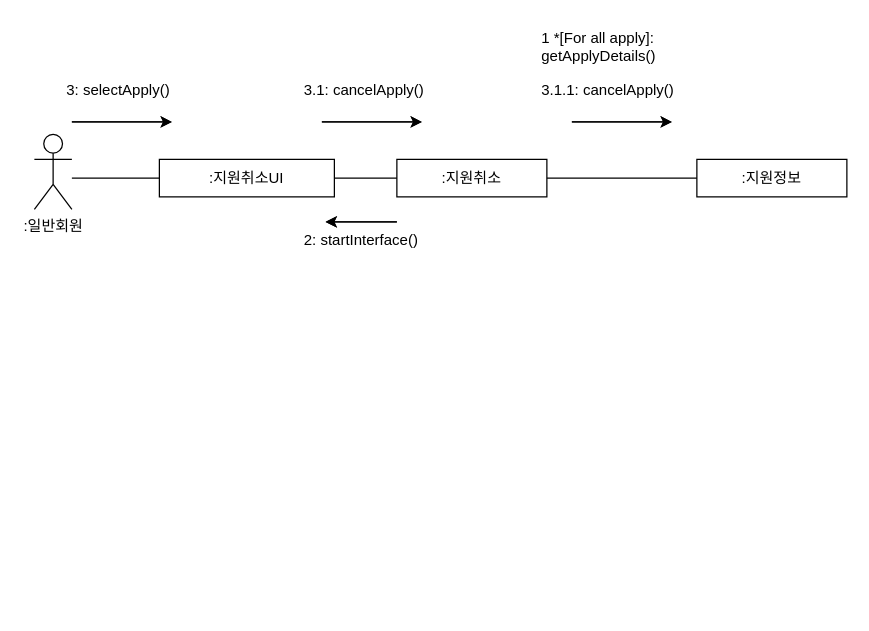
Before: 지원취소.drawio in Tvivid/Recruitment, a draw.io diagram. Source tidied: cells renumbered, new cells numbered last; positions are measured from the earlier drawing's top-left corner, leaving out a move shared by most shapes. Both pictures are drawn from the tidied source at 125%, with x=0, y=0 at pixel (34, 21).
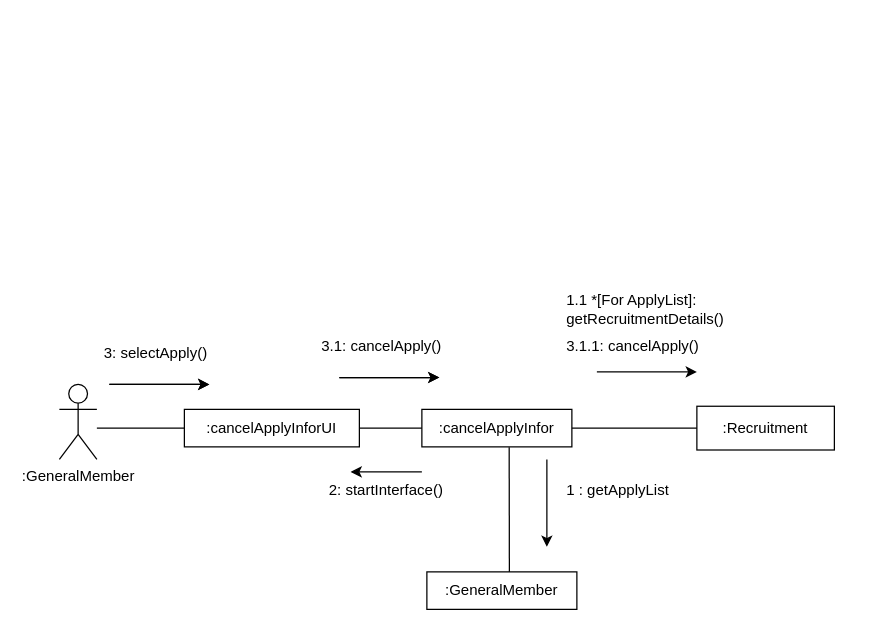
Above is the later version.

Diff of the diagram source:
```diff
@@
-    <mxCell id="2" value=":일반회원" style="shape=umlActor;verticalLabelPosition=bottom;verticalAlign=top;html=1;" parent="1" vertex="1">
-      <mxGeometry y="90" width="30" height="60" as="geometry" />
-    </mxCell>
-    <mxCell id="3" value=":지원취소UI" style="rounded=0;whiteSpace=wrap;html=1;" parent="1" vertex="1">
-      <mxGeometry x="100" y="110" width="140" height="30" as="geometry" />
-    </mxCell>
-    <mxCell id="4" value=":지원취소" style="rounded=0;whiteSpace=wrap;html=1;" parent="1" vertex="1">
-      <mxGeometry x="290" y="110" width="120" height="30" as="geometry" />
-    </mxCell>
-    <mxCell id="5" style="endArrow=none;html=1;rounded=0;entryX=0;entryY=0.5;entryDx=0;entryDy=0;" parent="1" edge="1" target="3">
-      <mxGeometry relative="1" as="geometry">
-        <mxPoint x="30" y="125" as="sourcePoint" />
-      </mxGeometry>
-    </mxCell>
-    <mxCell id="6" style="endArrow=none;html=1;rounded=0;entryX=0;entryY=0.5;entryDx=0;entryDy=0;exitX=1;exitY=0.5;exitDx=0;exitDy=0;" parent="1" edge="1" source="3" target="4">
-      <mxGeometry relative="1" as="geometry" />
-    </mxCell>
-    <mxCell id="7" style="endArrow=classic;rounded=0;html=1;verticalAlign=top;" parent="1" edge="1">
-      <mxGeometry relative="1" as="geometry">
-        <mxPoint x="290" y="160" as="sourcePoint" />
-        <mxPoint x="233" y="160" as="targetPoint" />
-      </mxGeometry>
-    </mxCell>
+    <mxCell id="13" value="3: selectApply()" style="text;strokeColor=none;fillColor=none;align=left;verticalAlign=middle;spacingLeft=4;spacingRight=4;overflow=hidden;whiteSpace=wrap;html=1;" parent="1" vertex="1">
+      <mxGeometry x="50" y="250" width="100" height="30" as="geometry" />
+    </mxCell>
+    <mxCell id="22" style="endArrow=classic;html=1;rounded=0;" parent="1" edge="1">
+      <mxGeometry relative="1" as="geometry">
+        <mxPoint x="60" y="290" as="sourcePoint" />
+        <mxPoint x="140" y="290" as="targetPoint" />
+      </mxGeometry>
+    </mxCell>
+    <mxCell id="15" value="3.1: cancelApply()" style="text;strokeColor=none;fillColor=none;align=left;verticalAlign=middle;spacingLeft=4;spacingRight=4;overflow=hidden;whiteSpace=wrap;html=1;" parent="1" vertex="1">
+      <mxGeometry x="224" y="244.5" width="140" height="30" as="geometry" />
+    </mxCell>
+    <mxCell id="23" style="endArrow=classic;html=1;rounded=0;" parent="1" edge="1">
+      <mxGeometry relative="1" as="geometry">
+        <mxPoint x="244" y="284.5" as="sourcePoint" />
+        <mxPoint x="324" y="284.5" as="targetPoint" />
+      </mxGeometry>
+    </mxCell>
+    <mxCell id="17" value="3.1.1: cancelApply()" style="text;strokeColor=none;fillColor=none;align=left;verticalAlign=middle;spacingLeft=4;spacingRight=4;overflow=hidden;whiteSpace=wrap;html=1;" parent="1" vertex="1">
+      <mxGeometry x="420" y="244.5" width="140" height="30" as="geometry" />
+    </mxCell>
+    <mxCell id="24" style="endArrow=classic;html=1;rounded=0;" parent="1" edge="1">
+      <mxGeometry relative="1" as="geometry">
+        <mxPoint x="60" y="290" as="sourcePoint" />
+        <mxPoint x="140" y="290" as="targetPoint" />
+      </mxGeometry>
+    </mxCell>
+    <mxCell id="25" style="endArrow=classic;html=1;rounded=0;" parent="1" edge="1">
+      <mxGeometry relative="1" as="geometry">
+        <mxPoint x="244" y="284.5" as="sourcePoint" />
+        <mxPoint x="324" y="284.5" as="targetPoint" />
+      </mxGeometry>
+    </mxCell>
+    <mxCell id="26" value=":GeneralMember" style="shape=umlActor;verticalLabelPosition=bottom;verticalAlign=top;html=1;" parent="1" vertex="1">
+      <mxGeometry x="20" y="290" width="30" height="60" as="geometry" />
+    </mxCell>
+    <mxCell id="27" value=":cancelApplyInforUI" style="rounded=0;whiteSpace=wrap;html=1;" parent="1" vertex="1">
+      <mxGeometry x="120" y="310" width="140" height="30" as="geometry" />
+    </mxCell>
+    <mxCell id="28" value=":cancelApplyInfor" style="rounded=0;whiteSpace=wrap;html=1;" parent="1" vertex="1">
+      <mxGeometry x="310" y="310" width="120" height="30" as="geometry" />
+    </mxCell>
+    <mxCell id="29" style="endArrow=none;html=1;rounded=0;entryX=0;entryY=0.5;entryDx=0;entryDy=0;" parent="1" edge="1" target="27">
+      <mxGeometry relative="1" as="geometry">
+        <mxPoint x="50" y="325" as="sourcePoint" />
+      </mxGeometry>
+    </mxCell>
+    <mxCell id="30" style="endArrow=none;html=1;rounded=0;entryX=0;entryY=0.5;entryDx=0;entryDy=0;exitX=1;exitY=0.5;exitDx=0;exitDy=0;" parent="1" edge="1" source="27" target="28">
+      <mxGeometry relative="1" as="geometry" />
+    </mxCell>
+    <mxCell id="31" style="endArrow=classic;rounded=0;html=1;verticalAlign=top;" parent="1" edge="1">
+      <mxGeometry relative="1" as="geometry">
+        <mxPoint x="310" y="360" as="sourcePoint" />
+        <mxPoint x="253" y="360" as="targetPoint" />
+      </mxGeometry>
+    </mxCell>
     <mxCell id="8" value="2: startInterface()" style="text;strokeColor=none;fillColor=none;align=left;verticalAlign=middle;spacingLeft=4;spacingRight=4;overflow=hidden;whiteSpace=wrap;html=1;" parent="1" vertex="1">
-      <mxGeometry x="210" y="160" width="110" height="30" as="geometry" />
+      <mxGeometry x="230" y="360" width="110" height="30" as="geometry" />
     </mxCell>
-    <mxCell id="9" value=":지원정보" style="rounded=0;whiteSpace=wrap;html=1;" parent="1" vertex="1">
-      <mxGeometry x="530" y="110" width="120" height="30" as="geometry" />
-    </mxCell>
-    <mxCell id="10" value="1 *[For all apply]: getApplyDetails()" style="text;strokeColor=none;fillColor=none;align=left;verticalAlign=middle;spacingLeft=4;spacingRight=4;overflow=hidden;whiteSpace=wrap;html=1;" parent="1" vertex="1">
-      <mxGeometry x="400" width="170" height="40" as="geometry" />
-    </mxCell>
-    <mxCell id="11" style="endArrow=none;html=1;rounded=0;entryX=0;entryY=0.5;entryDx=0;entryDy=0;exitX=1;exitY=0.5;exitDx=0;exitDy=0;" parent="1" edge="1" source="4" target="9">
-      <mxGeometry relative="1" as="geometry" />
-    </mxCell>
-    <mxCell id="12" style="endArrow=classic;html=1;rounded=0;" parent="1" edge="1">
-      <mxGeometry relative="1" as="geometry">
-        <mxPoint x="430" y="80" as="sourcePoint" />
-        <mxPoint x="510" y="80" as="targetPoint" />
-      </mxGeometry>
-    </mxCell>
-    <mxCell id="13" value="3: selectApply()" style="text;strokeColor=none;fillColor=none;align=left;verticalAlign=middle;spacingLeft=4;spacingRight=4;overflow=hidden;whiteSpace=wrap;html=1;" parent="1" vertex="1">
-      <mxGeometry x="20" y="40" width="100" height="30" as="geometry" />
-    </mxCell>
-    <mxCell id="14" style="endArrow=classic;html=1;rounded=0;" parent="1" edge="1">
-      <mxGeometry relative="1" as="geometry">
-        <mxPoint x="30" y="80" as="sourcePoint" />
-        <mxPoint x="110" y="80" as="targetPoint" />
-      </mxGeometry>
-    </mxCell>
-    <mxCell id="15" value="3.1: cancelApply()" style="text;strokeColor=none;fillColor=none;align=left;verticalAlign=middle;spacingLeft=4;spacingRight=4;overflow=hidden;whiteSpace=wrap;html=1;" parent="1" vertex="1">
-      <mxGeometry x="210" y="40" width="140" height="30" as="geometry" />
-    </mxCell>
-    <mxCell id="16" style="endArrow=classic;html=1;rounded=0;" parent="1" edge="1">
-      <mxGeometry relative="1" as="geometry">
-        <mxPoint x="230" y="80" as="sourcePoint" />
-        <mxPoint x="310" y="80" as="targetPoint" />
-      </mxGeometry>
-    </mxCell>
-    <mxCell id="17" value="3.1.1: cancelApply()" style="text;strokeColor=none;fillColor=none;align=left;verticalAlign=middle;spacingLeft=4;spacingRight=4;overflow=hidden;whiteSpace=wrap;html=1;" parent="1" vertex="1">
-      <mxGeometry x="400" y="40" width="140" height="30" as="geometry" />
-    </mxCell>
-    <mxCell id="18" style="endArrow=classic;rounded=0;html=1;verticalAlign=top;" parent="1" edge="1">
-      <mxGeometry relative="1" as="geometry">
-        <mxPoint x="290" y="160" as="sourcePoint" />
-        <mxPoint x="233" y="160" as="targetPoint" />
-      </mxGeometry>
-    </mxCell>
-    <mxCell id="19" style="endArrow=classic;html=1;rounded=0;" parent="1" edge="1">
-      <mxGeometry relative="1" as="geometry">
-        <mxPoint x="430" y="80" as="sourcePoint" />
-        <mxPoint x="510" y="80" as="targetPoint" />
-      </mxGeometry>
-    </mxCell>
-    <mxCell id="20" style="endArrow=classic;html=1;rounded=0;" parent="1" edge="1">
-      <mxGeometry relative="1" as="geometry">
-        <mxPoint x="30" y="80" as="sourcePoint" />
-        <mxPoint x="110" y="80" as="targetPoint" />
-      </mxGeometry>
-    </mxCell>
-    <mxCell id="21" style="endArrow=classic;html=1;rounded=0;" parent="1" edge="1">
-      <mxGeometry relative="1" as="geometry">
-        <mxPoint x="230" y="80" as="sourcePoint" />
-        <mxPoint x="310" y="80" as="targetPoint" />
-      </mxGeometry>
-    </mxCell>
+    <mxCell id="32" value=":GeneralMember" style="rounded=0;whiteSpace=wrap;html=1;" parent="1" vertex="1">
+      <mxGeometry x="314" y="440" width="120" height="30" as="geometry" />
+    </mxCell>
+    <mxCell id="33" value="1.1 *[For ApplyList]: getRecruitmentDetails()" style="text;strokeColor=none;fillColor=none;align=left;verticalAlign=middle;spacingLeft=4;spacingRight=4;overflow=hidden;whiteSpace=wrap;html=1;" parent="1" vertex="1">
+      <mxGeometry x="420" y="210" width="170" height="40" as="geometry" />
+    </mxCell>
+    <mxCell id="34" style="endArrow=none;html=1;rounded=0;exitX=0.582;exitY=1.007;exitDx=0;exitDy=0;exitPerimeter=0;" parent="1" edge="1" source="28">
+      <mxGeometry relative="1" as="geometry">
+        <mxPoint x="380" y="440" as="targetPoint" />
+      </mxGeometry>
+    </mxCell>
+    <mxCell id="35" style="endArrow=classic;html=1;rounded=0;" parent="1" edge="1">
+      <mxGeometry relative="1" as="geometry">
+        <mxPoint x="450" y="280" as="sourcePoint" />
+        <mxPoint x="530" y="280" as="targetPoint" />
+      </mxGeometry>
+    </mxCell>
+    <mxCell id="36" style="endArrow=classic;html=1;rounded=0;" parent="1" edge="1">
+      <mxGeometry relative="1" as="geometry">
+        <mxPoint x="410" y="350" as="sourcePoint" />
+        <mxPoint x="410" y="420" as="targetPoint" />
+      </mxGeometry>
+    </mxCell>
+    <mxCell id="37" value="1 : getApplyList" style="text;strokeColor=none;fillColor=none;align=left;verticalAlign=middle;spacingLeft=4;spacingRight=4;overflow=hidden;whiteSpace=wrap;html=1;" parent="1" vertex="1">
+      <mxGeometry x="420" y="360" width="100" height="30" as="geometry" />
+    </mxCell>
+    <mxCell id="38" value=":Recruitment" style="rounded=0;whiteSpace=wrap;html=1;" parent="1" vertex="1">
+      <mxGeometry x="530" y="307.5" width="110" height="35" as="geometry" />
+    </mxCell>
+    <mxCell id="39" style="endArrow=none;html=1;rounded=0;entryX=0;entryY=0.5;entryDx=0;entryDy=0;exitX=1;exitY=0.5;exitDx=0;exitDy=0;" parent="1" edge="1" source="28" target="38">
+      <mxGeometry relative="1" as="geometry" />
+    </mxCell>
```
